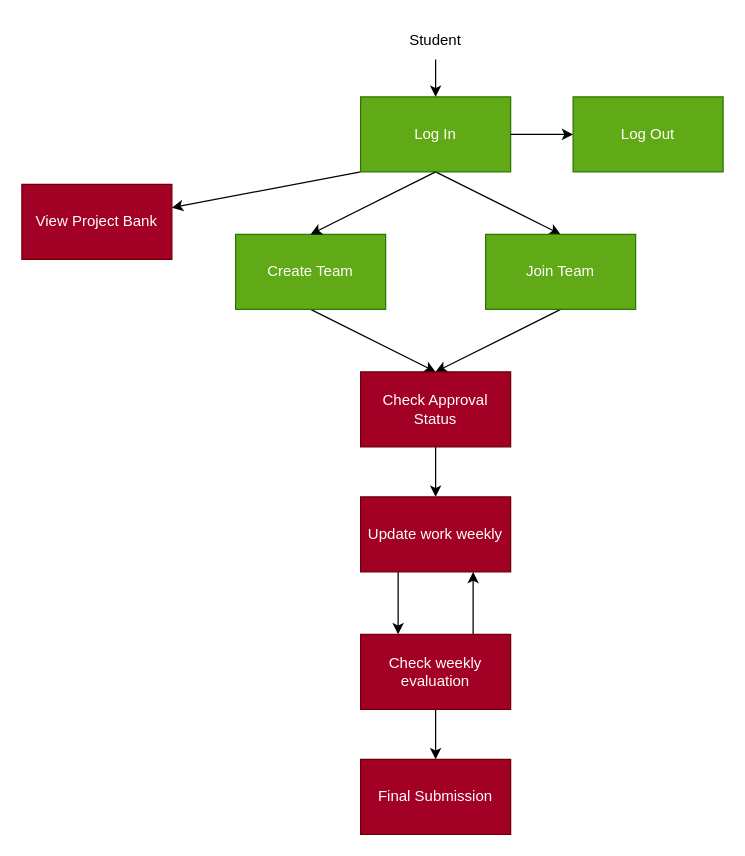
Earlier version of the draw.io diagram student.drawio (bhavyajain-prog/project-allocation-process-and-evaluation). Source tidied: cells renumbered, new cells numbered last; positions are measured from the earlier drawing's top-left corner, leaving out a move shared by most shapes. Both pictures are drawn from the tidied source at 125%, with x=0, y=0 at pixel (21, 21).
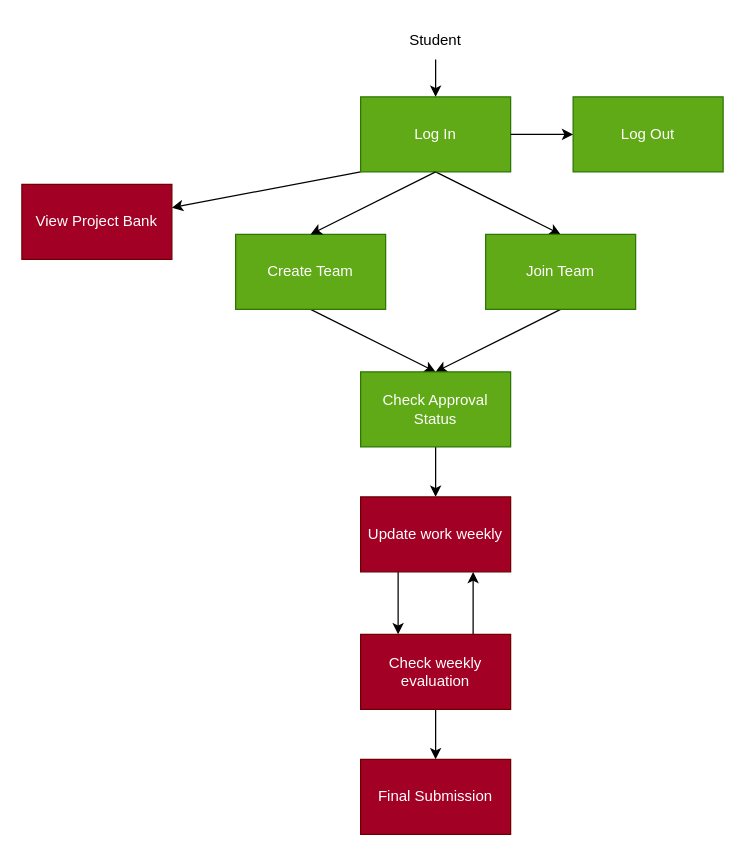
After the change.

What changed in the source:
```diff
@@
-    <mxCell id="15" value="Check Approval Status" style="rounded=0;whiteSpace=wrap;html=1;fillColor=#a20025;fontColor=#ffffff;strokeColor=#6F0000;" parent="1" vertex="1">
+    <mxCell id="15" value="Check Approval Status" style="rounded=0;whiteSpace=wrap;html=1;fillColor=#60a917;fontColor=#ffffff;strokeColor=#2D7600;" parent="1" vertex="1">
       <mxGeometry x="271" y="280" width="120" height="60" as="geometry" />
     </mxCell>
```
